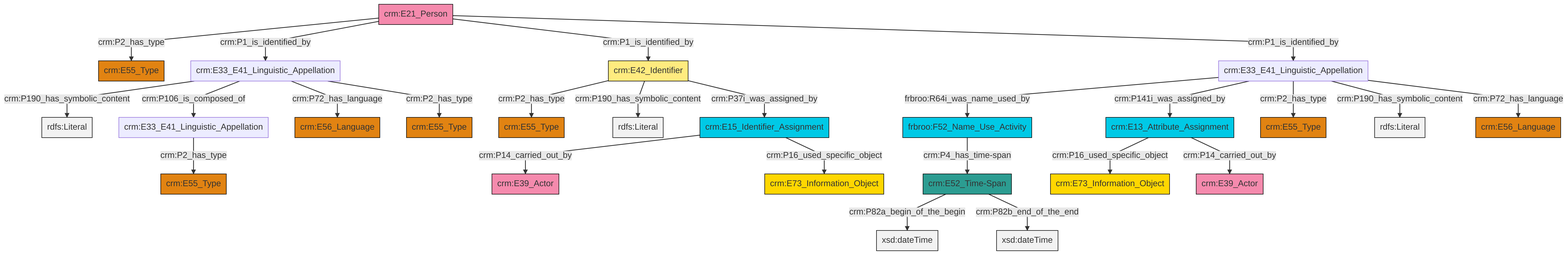
swiss-art-research-net/docs.swissartresearch keeps this Mermaid diagram as et/personCSV/ttl/mmd/png/Person_Names_and_Classification.png. Above is the earlier version. Its source is kept beside it as et/personCSV/ttl/mmd/Person_Names_and_Classification.ttl.mmd.
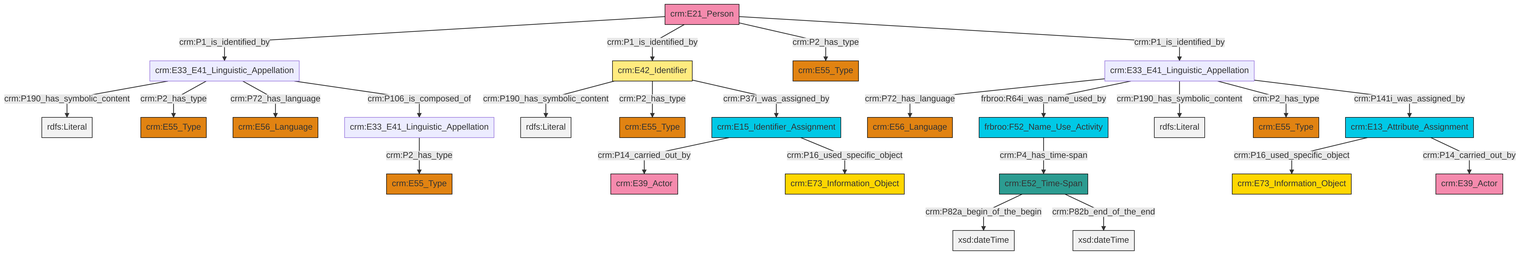
Above is the later version.

The edit, as a diff of the source:
```diff
@@ -13,27 +13,27 @@
 classDef PC_Classes fill:#4ce600, stroke:#000000;
 classDef Multi fill:#cccccc,stroke:#000000;
 
-2["crm:E52_Time-Span"]:::Time-Span -->|crm:P82a_begin_of_the_begin| 3[xsd:dateTime]:::Literal
-7["frbroo:F52_Name_Use_Activity"]:::Temporal_Entity -->|crm:P4_has_time-span| 2["crm:E52_Time-Span"]:::Time-Span
-8["crm:E33_E41_Linguistic_Appellation"]:::Default -->|frbroo:R64i_was_name_used_by| 7["frbroo:F52_Name_Use_Activity"]:::Temporal_Entity
-10["crm:E42_Identifier"]:::Appellation -->|crm:P2_has_type| 11["crm:E55_Type"]:::Type
-14["crm:E21_Person"]:::Actor -->|crm:P2_has_type| 15["crm:E55_Type"]:::Type
-14["crm:E21_Person"]:::Actor -->|crm:P1_is_identified_by| 16["crm:E33_E41_Linguistic_Appellation"]:::Default
-10["crm:E42_Identifier"]:::Appellation -->|crm:P190_has_symbolic_content| 17[rdfs:Literal]:::Literal
-16["crm:E33_E41_Linguistic_Appellation"]:::Default -->|crm:P190_has_symbolic_content| 18[rdfs:Literal]:::Literal
-2["crm:E52_Time-Span"]:::Time-Span -->|crm:P82b_end_of_the_end| 19[xsd:dateTime]:::Literal
-14["crm:E21_Person"]:::Actor -->|crm:P1_is_identified_by| 10["crm:E42_Identifier"]:::Appellation
-23["crm:E33_E41_Linguistic_Appellation"]:::Default -->|crm:P2_has_type| 24["crm:E55_Type"]:::Type
-14["crm:E21_Person"]:::Actor -->|crm:P1_is_identified_by| 8["crm:E33_E41_Linguistic_Appellation"]:::Default
-8["crm:E33_E41_Linguistic_Appellation"]:::Default -->|crm:P141i_was_assigned_by| 31["crm:E13_Attribute_Assignment"]:::Temporal_Entity
-10["crm:E42_Identifier"]:::Appellation -->|crm:P37i_was_assigned_by| 0["crm:E15_Identifier_Assignment"]:::Temporal_Entity
-16["crm:E33_E41_Linguistic_Appellation"]:::Default -->|crm:P106_is_composed_of| 23["crm:E33_E41_Linguistic_Appellation"]:::Default
-0["crm:E15_Identifier_Assignment"]:::Temporal_Entity -->|crm:P14_carried_out_by| 35["crm:E39_Actor"]:::Actor
-8["crm:E33_E41_Linguistic_Appellation"]:::Default -->|crm:P2_has_type| 32["crm:E55_Type"]:::Type
-31["crm:E13_Attribute_Assignment"]:::Temporal_Entity -->|crm:P16_used_specific_object| 39["crm:E73_Information_Object"]:::Conceptual_Object
-31["crm:E13_Attribute_Assignment"]:::Temporal_Entity -->|crm:P14_carried_out_by| 12["crm:E39_Actor"]:::Actor
-16["crm:E33_E41_Linguistic_Appellation"]:::Default -->|crm:P72_has_language| 29["crm:E56_Language"]:::Type
-16["crm:E33_E41_Linguistic_Appellation"]:::Default -->|crm:P2_has_type| 5["crm:E55_Type"]:::Type
-8["crm:E33_E41_Linguistic_Appellation"]:::Default -->|crm:P190_has_symbolic_content| 44[rdfs:Literal]:::Literal
-8["crm:E33_E41_Linguistic_Appellation"]:::Default -->|crm:P72_has_language| 40["crm:E56_Language"]:::Type
-0["crm:E15_Identifier_Assignment"]:::Temporal_Entity -->|crm:P16_used_specific_object| 37["crm:E73_Information_Object"]:::Conceptual_Object
+2["crm:E21_Person"]:::Actor -->|crm:P1_is_identified_by| 3["crm:E33_E41_Linguistic_Appellation"]:::Default
+4["crm:E15_Identifier_Assignment"]:::Temporal_Entity -->|crm:P14_carried_out_by| 8["crm:E39_Actor"]:::Actor
+3["crm:E33_E41_Linguistic_Appellation"]:::Default -->|crm:P190_has_symbolic_content| 11[rdfs:Literal]:::Literal
+3["crm:E33_E41_Linguistic_Appellation"]:::Default -->|crm:P2_has_type| 14["crm:E55_Type"]:::Type
+15["crm:E33_E41_Linguistic_Appellation"]:::Default -->|crm:P72_has_language| 16["crm:E56_Language"]:::Type
+17["crm:E33_E41_Linguistic_Appellation"]:::Default -->|crm:P2_has_type| 18["crm:E55_Type"]:::Type
+19["crm:E13_Attribute_Assignment"]:::Temporal_Entity -->|crm:P16_used_specific_object| 20["crm:E73_Information_Object"]:::Conceptual_Object
+15["crm:E33_E41_Linguistic_Appellation"]:::Default -->|frbroo:R64i_was_name_used_by| 0["frbroo:F52_Name_Use_Activity"]:::Temporal_Entity
+24["crm:E42_Identifier"]:::Appellation -->|crm:P190_has_symbolic_content| 25[rdfs:Literal]:::Literal
+3["crm:E33_E41_Linguistic_Appellation"]:::Default -->|crm:P72_has_language| 26["crm:E56_Language"]:::Type
+4["crm:E15_Identifier_Assignment"]:::Temporal_Entity -->|crm:P16_used_specific_object| 21["crm:E73_Information_Object"]:::Conceptual_Object
+19["crm:E13_Attribute_Assignment"]:::Temporal_Entity -->|crm:P14_carried_out_by| 6["crm:E39_Actor"]:::Actor
+28["crm:E52_Time-Span"]:::Time-Span -->|crm:P82a_begin_of_the_begin| 30[xsd:dateTime]:::Literal
+24["crm:E42_Identifier"]:::Appellation -->|crm:P2_has_type| 12["crm:E55_Type"]:::Type
+2["crm:E21_Person"]:::Actor -->|crm:P1_is_identified_by| 24["crm:E42_Identifier"]:::Appellation
+2["crm:E21_Person"]:::Actor -->|crm:P2_has_type| 9["crm:E55_Type"]:::Type
+15["crm:E33_E41_Linguistic_Appellation"]:::Default -->|crm:P190_has_symbolic_content| 34[rdfs:Literal]:::Literal
+15["crm:E33_E41_Linguistic_Appellation"]:::Default -->|crm:P2_has_type| 36["crm:E55_Type"]:::Type
+24["crm:E42_Identifier"]:::Appellation -->|crm:P37i_was_assigned_by| 4["crm:E15_Identifier_Assignment"]:::Temporal_Entity
+2["crm:E21_Person"]:::Actor -->|crm:P1_is_identified_by| 15["crm:E33_E41_Linguistic_Appellation"]:::Default
+28["crm:E52_Time-Span"]:::Time-Span -->|crm:P82b_end_of_the_end| 44[xsd:dateTime]:::Literal
+3["crm:E33_E41_Linguistic_Appellation"]:::Default -->|crm:P106_is_composed_of| 17["crm:E33_E41_Linguistic_Appellation"]:::Default
+0["frbroo:F52_Name_Use_Activity"]:::Temporal_Entity -->|crm:P4_has_time-span| 28["crm:E52_Time-Span"]:::Time-Span
+15["crm:E33_E41_Linguistic_Appellation"]:::Default -->|crm:P141i_was_assigned_by| 19["crm:E13_Attribute_Assignment"]:::Temporal_Entity
```
